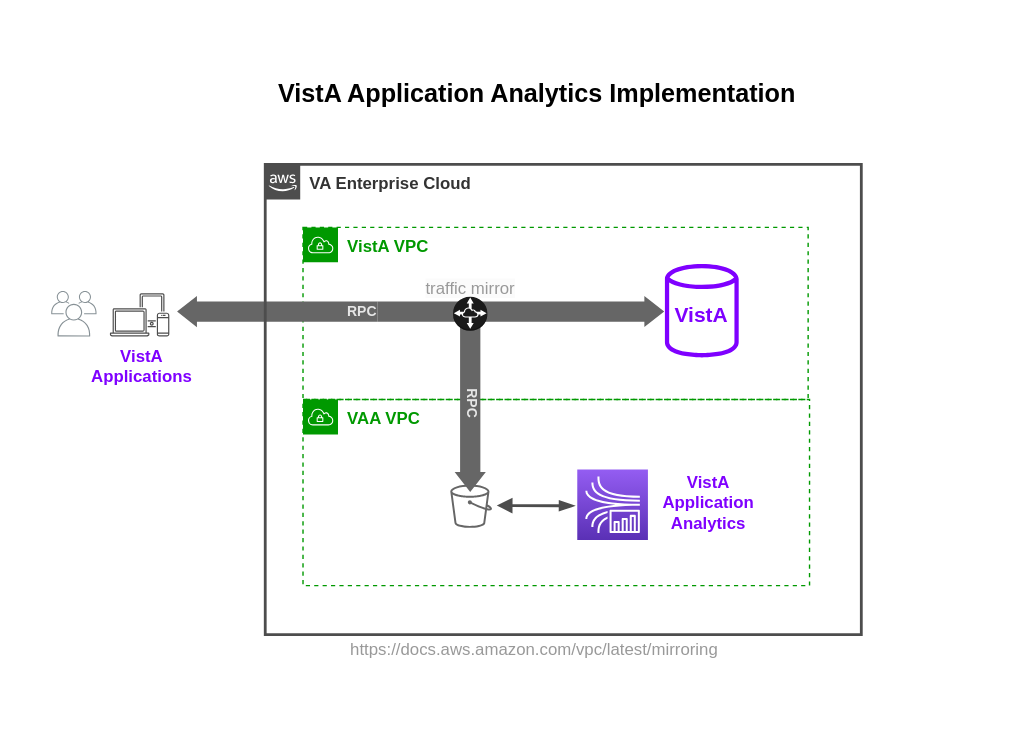
The draw.io diagram vam.svg in cloudvista/vaa, before a commit. Source tidied: cells renumbered, new cells last; positions are measured from the earlier drawing's top-left corner, leaving out a move shared by most shapes.
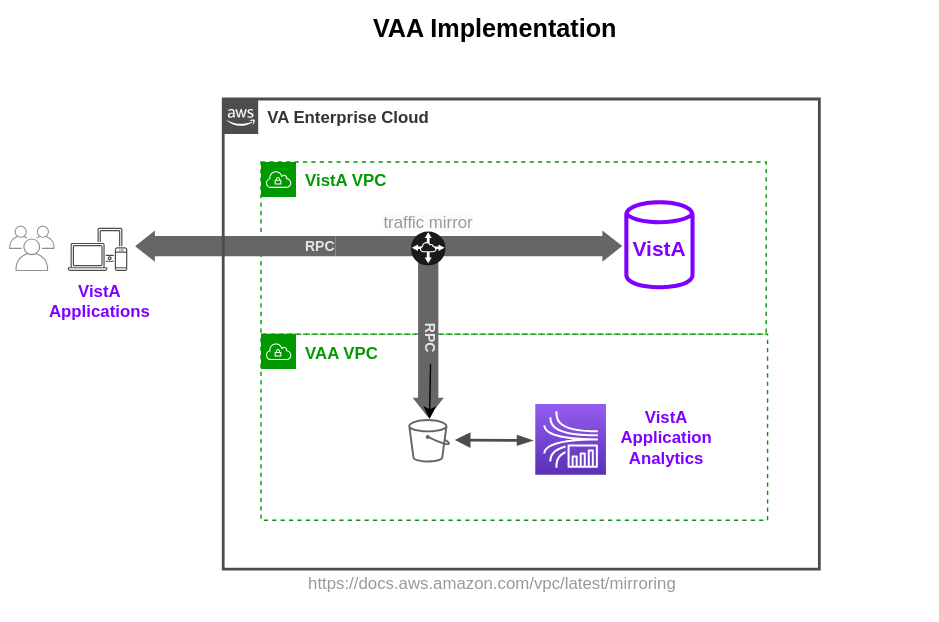
After the commit.

The edit, as a diff of the source:
```diff
@@ -3,7 +3,7 @@
     <mxCell id="0" />
     <mxCell id="1" parent="0" />
     <mxCell id="2" style="rounded=1;whiteSpace=wrap;html=1;strokeColor=none;" parent="1" vertex="1">
-      <mxGeometry width="730" height="530" as="geometry" />
+      <mxGeometry x="30" y="50" width="670" height="440" as="geometry" />
     </mxCell>
     <mxCell id="3" value="&lt;b&gt;&lt;font color=&quot;#009900&quot;&gt;VAA VPC&lt;/font&gt;&lt;/b&gt;" style="gradientColor=none;html=1;whiteSpace=wrap;fontSize=12;fontStyle=0;shape=mxgraph.aws4.group;grIcon=mxgraph.aws4.group_vpc;strokeColor=#009900;fillColor=none;verticalAlign=top;align=left;spacingLeft=30;fontColor=#4D4D4D;dashed=1;strokeWidth=1;" parent="1" vertex="1">
       <mxGeometry x="216" y="285" width="362" height="133" as="geometry" />
@@ -48,16 +48,19 @@
       <mxGeometry x="269.4" y="211" width="204.8" height="22.3" as="geometry" />
     </mxCell>
     <mxCell id="16" style="html=1;shadow=0;dashed=0;align=center;verticalAlign=middle;shape=mxgraph.arrows2.arrow;dy=0.35;dx=14.19;direction=west;notch=0;strokeColor=none;strokeWidth=1;fontSize=12;fontColor=#808080;fillColor=#666666;flipV=1;rotation=-90;" parent="1" vertex="1">
-      <mxGeometry x="273.6" y="278" width="123.8" height="22.3" as="geometry" />
+      <mxGeometry x="276.8" y="274.8" width="117.4" height="22.3" as="geometry" />
     </mxCell>
     <mxCell id="17" style="dashed=0;verticalLabelPosition=bottom;verticalAlign=top;align=center;html=1;shape=mxgraph.aws3.vpc_peering;fillColor=#1A1A1A;gradientColor=none;strokeColor=#666666;strokeWidth=1;" parent="1" vertex="1">
       <mxGeometry x="323.2" y="211.6" width="24.5" height="24.2" as="geometry" />
     </mxCell>
+    <mxCell id="24" style="edgeStyle=none;html=1;fontSize=15;" parent="1" edge="1" source="18" target="13">
+      <mxGeometry relative="1" as="geometry" />
+    </mxCell>
     <mxCell id="18" value="&lt;b&gt;&lt;font style=&quot;font-size: 10px;&quot; color=&quot;#e6e6e6&quot;&gt;RPC&lt;/font&gt;&lt;/b&gt;" style="text;html=1;align=center;verticalAlign=middle;points=[];strokeColor=none;fillColor=none;fontSize=12;fontColor=#009900;rotation=90;" parent="1" vertex="1">
       <mxGeometry x="318" y="274" width="39" height="26" as="geometry" />
     </mxCell>
-    <mxCell id="19" value="&lt;b&gt;&lt;font style=&quot;font-size: 18px;&quot;&gt;VistA Application Analytics Implementation&lt;/font&gt;&lt;/b&gt;" style="text;html=1;align=center;verticalAlign=middle;strokeColor=none;fillColor=none;" parent="1" vertex="1">
-      <mxGeometry x="188" y="47" width="390" height="40" as="geometry" />
+    <mxCell id="19" value="&lt;span style=&quot;font-size: 18px;&quot;&gt;&lt;b&gt;VAA Implementation&lt;/b&gt;&lt;/span&gt;" style="text;html=1;align=center;verticalAlign=middle;strokeColor=none;fillColor=none;" parent="1" vertex="1">
+      <mxGeometry x="283" y="47" width="200" height="40" as="geometry" />
     </mxCell>
     <mxCell id="20" style="sketch=0;fontColor=#232F3E;gradientColor=#945DF2;gradientDirection=north;fillColor=#5A30B5;strokeColor=#ffffff;dashed=0;verticalLabelPosition=bottom;verticalAlign=top;align=center;html=1;fontSize=12;fontStyle=0;shape=mxgraph.aws4.resourceIcon;resIcon=mxgraph.aws4.kinesis_data_analytics;" parent="1" vertex="1">
       <mxGeometry x="412" y="335" width="50.5" height="50.5" as="geometry" />
@@ -66,7 +69,7 @@
       <mxGeometry x="459.2" y="331" width="93.5" height="60" as="geometry" />
     </mxCell>
     <mxCell id="22" style="sketch=0;fontColor=#232F3E;gradientColor=none;fillColor=#7F00FF;strokeColor=#7F00FF;dashed=0;verticalLabelPosition=bottom;verticalAlign=top;align=center;html=1;fontSize=12;fontStyle=0;shape=mxgraph.aws4.generic_database;" parent="1" vertex="1">
-      <mxGeometry x="474.6" y="186.6" width="52.7" height="69.7" as="geometry" />
+      <mxGeometry x="475.6" y="188" width="50.2" height="66.4" as="geometry" />
     </mxCell>
     <mxCell id="23" value="&lt;font color=&quot;#7f00ff&quot;&gt;&lt;b&gt;&lt;font style=&quot;font-size: 15px;&quot;&gt;VistA&lt;/font&gt;&lt;br&gt;&lt;/b&gt;&lt;/font&gt;" style="text;whiteSpace=wrap;html=1;fontColor=#999999;align=center;" parent="1" vertex="1">
       <mxGeometry x="467.1" y="209" width="67.8" height="30" as="geometry" />
```
